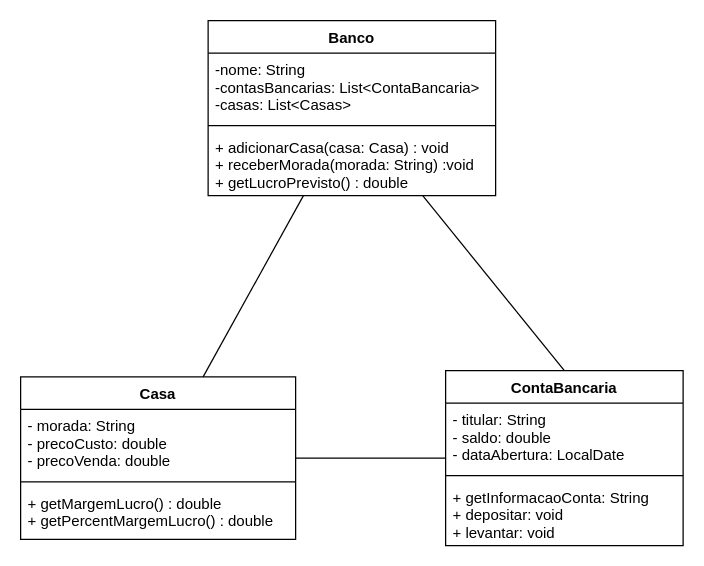
The draw.io diagram Diagrama_UML.drawio in gonnatinfo2000/Ficha-3, before the edit. Source tidied: cells renumbered, new cells numbered last; positions are measured from the earlier drawing's top-left corner, leaving out a move shared by most shapes. Both pictures are drawn from the tidied source at 125%, with x=0, y=0 at pixel (20, 20).
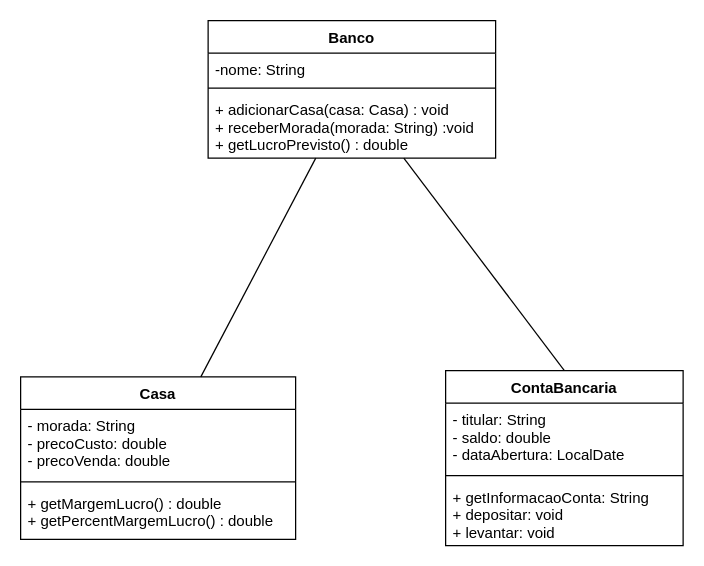
Above is the later version.

The edit, as a diff of the source:
```diff
@@
 <mxGraphModel>
   <root>
     <mxCell id="0" />
     <mxCell id="1" parent="0" />
     <mxCell id="2" value="Banco" style="swimlane;fontStyle=1;align=center;verticalAlign=top;horizontal=1;startSize=26;" parent="1" vertex="1">
-      <mxGeometry x="150" width="230" height="140" as="geometry" />
+      <mxGeometry x="150" width="230" height="110" as="geometry" />
     </mxCell>
-    <mxCell id="3" value="-nome: String&#10;-contasBancarias: List&lt;ContaBancaria&gt;&#10;-casas: List&lt;Casas&gt;&#10; " style="text;strokeColor=none;fillColor=none;align=left;verticalAlign=top;spacingLeft=4;spacingRight=4;overflow=hidden;" parent="2" vertex="1">
-      <mxGeometry y="26" width="230" height="54" as="geometry" />
-    </mxCell>
-    <mxCell id="4" style="line;strokeWidth=1;fillColor=none;align=left;verticalAlign=middle;spacingTop=-1;spacingLeft=3;spacingRight=3;labelPosition=right;" parent="2" vertex="1">
-      <mxGeometry y="80" width="230" height="8" as="geometry" />
-    </mxCell>
+    <mxCell id="17" value="-nome: String " style="text;strokeColor=none;fillColor=none;align=left;verticalAlign=top;spacingLeft=4;spacingRight=4;overflow=hidden;" parent="2" vertex="1">
+      <mxGeometry y="26" width="230" height="24" as="geometry" />
+    </mxCell>
+    <mxCell id="18" style="line;strokeWidth=1;fillColor=none;align=left;verticalAlign=middle;spacingTop=-1;spacingLeft=3;spacingRight=3;labelPosition=right;" parent="2" vertex="1">
+      <mxGeometry y="50" width="230" height="8" as="geometry" />
+    </mxCell>
     <mxCell id="5" value="+ adicionarCasa(casa: Casa) : void&#10;+ receberMorada(morada: String) :void&#10;+ getLucroPrevisto() : double" style="text;strokeColor=none;fillColor=none;align=left;verticalAlign=top;spacingLeft=4;spacingRight=4;overflow=hidden;" parent="2" vertex="1">
-      <mxGeometry y="88" width="230" height="52" as="geometry" />
+      <mxGeometry y="58" width="230" height="52" as="geometry" />
     </mxCell>
     <mxCell id="6" value="ContaBancaria" style="swimlane;fontStyle=1;align=center;verticalAlign=top;horizontal=1;startSize=26;" parent="1" vertex="1">
       <mxGeometry x="340" y="280" width="190" height="140" as="geometry" />
     </mxCell>
     <mxCell id="7" value="- titular: String&#10;- saldo: double&#10;- dataAbertura: LocalDate" style="text;strokeColor=none;fillColor=none;align=left;verticalAlign=top;spacingLeft=4;spacingRight=4;overflow=hidden;" parent="6" vertex="1">
       <mxGeometry y="26" width="190" height="54" as="geometry" />
     </mxCell>
     <mxCell id="8" style="line;strokeWidth=1;fillColor=none;align=left;verticalAlign=middle;spacingTop=-1;spacingLeft=3;spacingRight=3;labelPosition=right;" parent="6" vertex="1">
       <mxGeometry y="80" width="190" height="8" as="geometry" />
     </mxCell>
     <mxCell id="9" value="+ getInformacaoConta: String&#10;+ depositar: void&#10;+ levantar: void&#10; " style="text;strokeColor=none;fillColor=none;align=left;verticalAlign=top;spacingLeft=4;spacingRight=4;overflow=hidden;" parent="6" vertex="1">
       <mxGeometry y="88" width="190" height="52" as="geometry" />
     </mxCell>
     <mxCell id="10" value="Casa" style="swimlane;fontStyle=1;align=center;verticalAlign=top;horizontal=1;startSize=26;" parent="1" vertex="1">
       <mxGeometry y="285" width="220" height="130" as="geometry" />
     </mxCell>
     <mxCell id="11" value="- morada: String&#10;- precoCusto: double&#10;- precoVenda: double" style="text;strokeColor=none;fillColor=none;align=left;verticalAlign=top;spacingLeft=4;spacingRight=4;overflow=hidden;" parent="10" vertex="1">
       <mxGeometry y="26" width="220" height="54" as="geometry" />
     </mxCell>
     <mxCell id="12" style="line;strokeWidth=1;fillColor=none;align=left;verticalAlign=middle;spacingTop=-1;spacingLeft=3;spacingRight=3;labelPosition=right;" parent="10" vertex="1">
       <mxGeometry y="80" width="220" height="8" as="geometry" />
     </mxCell>
     <mxCell id="13" value="+ getMargemLucro() : double&#10;+ getPercentMargemLucro() : double" style="text;strokeColor=none;fillColor=none;align=left;verticalAlign=top;spacingLeft=4;spacingRight=4;overflow=hidden;" parent="10" vertex="1">
       <mxGeometry y="88" width="220" height="42" as="geometry" />
     </mxCell>
     <mxCell id="14" style="endArrow=none;html=1;rounded=0;entryX=0.5;entryY=0;entryDx=0;entryDy=0;" parent="1" edge="1" source="2" target="6">
       <mxGeometry relative="1" as="geometry" />
     </mxCell>
     <mxCell id="15" style="endArrow=none;html=1;rounded=0;" parent="1" edge="1" source="2" target="10">
       <mxGeometry relative="1" as="geometry" />
     </mxCell>
-    <mxCell id="16" style="endArrow=none;html=1;rounded=0;" parent="1" edge="1" source="6" target="10">
-      <mxGeometry relative="1" as="geometry" />
-    </mxCell>
   </root>
 </mxGraphModel>
```
